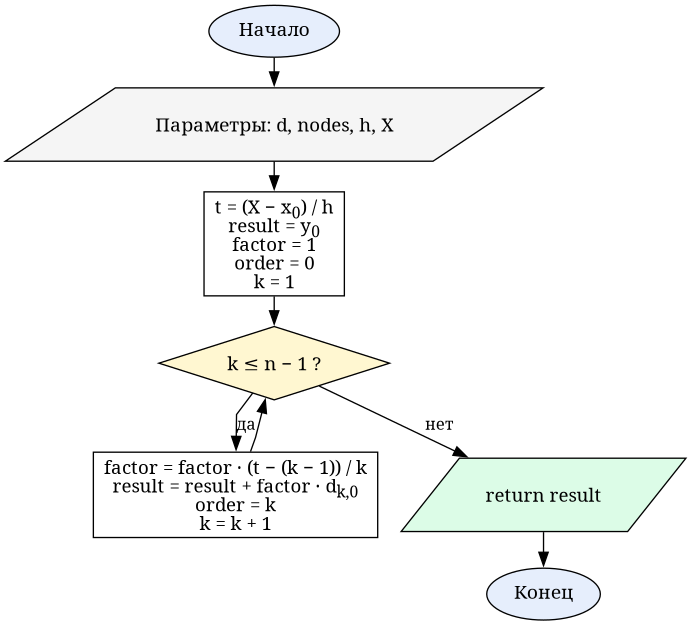
Oriptal/calc-math-lab2 keeps this Graphviz diagram as reports/resources/flowcharts/lab5_newton_fwd.png. Above is the earlier version. Its source is kept beside it as reports/resources/flowcharts/lab5_newton_fwd.dot.
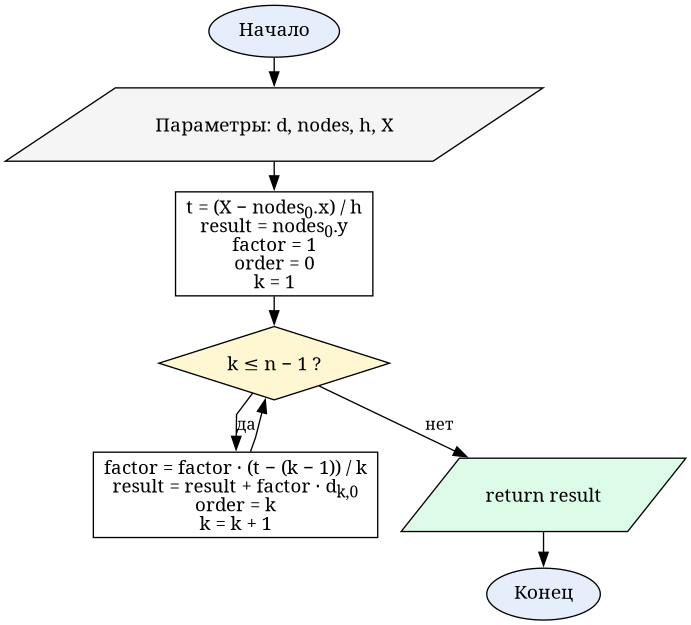
Later version of the same file.

Change to the diagram source:
```diff
@@ -5,7 +5,7 @@
 
   start  [label="Начало", shape=oval, fillcolor="#e6eefc"]
   input  [label=<Параметры: d, nodes, h, X>, shape=parallelogram, fillcolor="#f5f5f5"]
-  init   [label=<t = (X − x<SUB>0</SUB>) / h<BR/>result = y<SUB>0</SUB><BR/>factor = 1<BR/>order = 0<BR/>k = 1>, shape=box]
+  init   [label=<t = (X − nodes<SUB>0</SUB>.x) / h<BR/>result = nodes<SUB>0</SUB>.y<BR/>factor = 1<BR/>order = 0<BR/>k = 1>, shape=box]
   chk    [label=<k ≤ n − 1 ?>, shape=diamond, fillcolor="#fff7d1"]
   body   [label=<factor = factor · (t − (k − 1)) / k<BR/>result = result + factor · d<SUB>k,0</SUB><BR/>order = k<BR/>k = k + 1>, shape=box]
   output [label=<return result>, shape=parallelogram, fillcolor="#dcfce7"]
```
